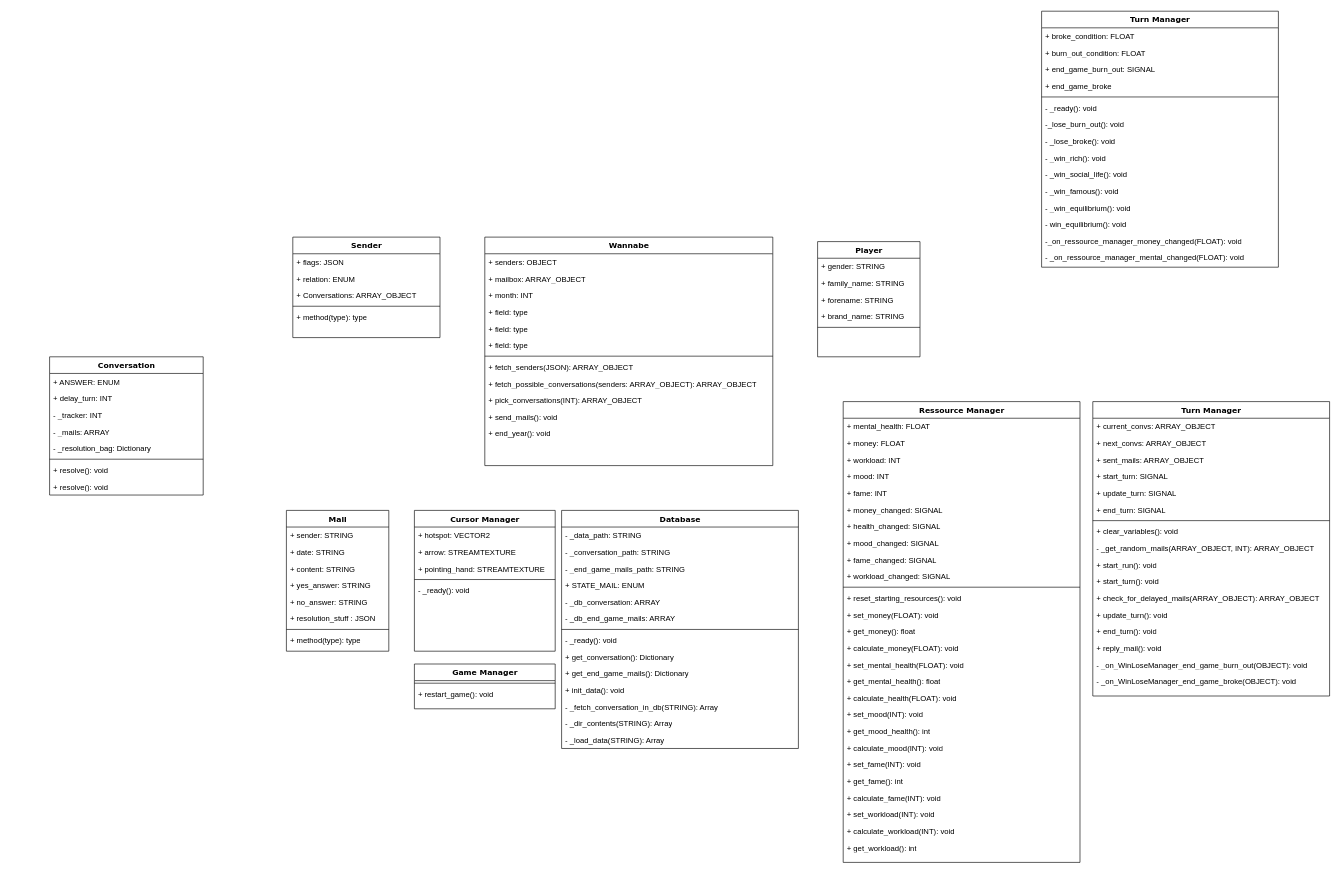
Before: YesMan/Diagramme sans nom.drawio in Daydreel/YesHuman, a draw.io diagram. Source tidied: cells renumbered, new cells numbered last; positions are measured from the earlier drawing's top-left corner, leaving out a move shared by most shapes. Both pictures are drawn from the tidied source at 64%, with x=0, y=0 at pixel (49, 11).
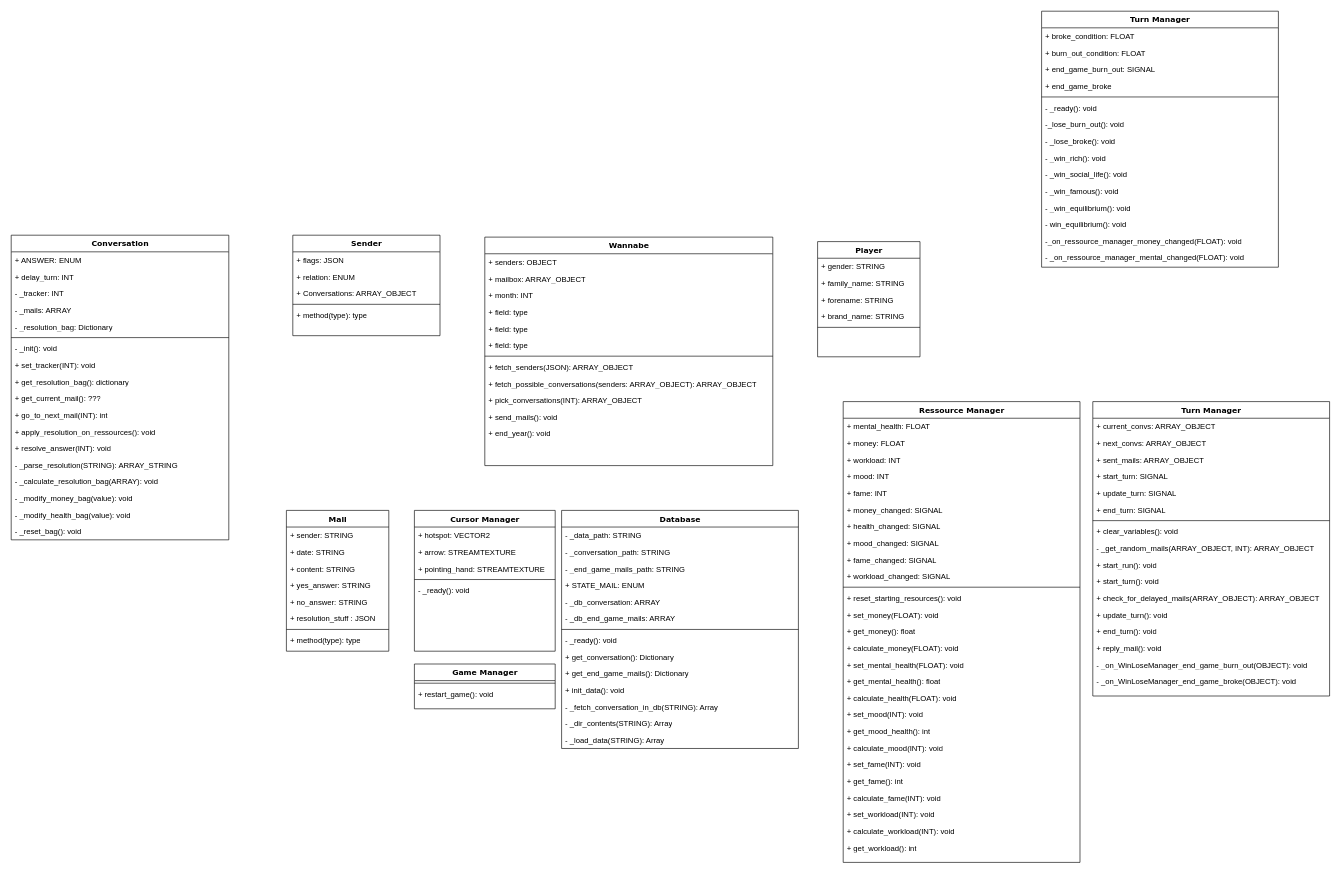
The same diagram, later.

Commit message:
conversation in class UML

Diff of the diagram source:
```diff
@@
     <mxCell id="2" value="Sender" style="swimlane;html=1;fontStyle=1;align=center;verticalAlign=top;horizontal=1;startSize=26;swimlaneFillColor=#ffffff;rounded=0;shadow=0;comic=0;labelBackgroundColor=none;strokeWidth=1;fillColor=none;fontFamily=Verdana;fontSize=12;" parent="1" vertex="1">
-      <mxGeometry x="380" y="353" width="230" height="157" as="geometry" />
+      <mxGeometry x="380" y="350" width="230" height="157" as="geometry" />
     </mxCell>
@@
     <mxCell id="36" value="Conversation" style="swimlane;html=1;fontStyle=1;align=center;verticalAlign=top;horizontal=1;startSize=26;swimlaneFillColor=#ffffff;rounded=0;shadow=0;comic=0;labelBackgroundColor=none;strokeWidth=1;fillColor=none;fontFamily=Verdana;fontSize=12;" parent="1" vertex="1">
-      <mxGeometry y="540" width="240" height="216" as="geometry" />
+      <mxGeometry x="-60" y="350" width="340" height="476" as="geometry" />
     </mxCell>
     <mxCell id="37" value="+ ANSWER: ENUM" style="text;html=1;strokeColor=none;fillColor=none;align=left;verticalAlign=top;spacingLeft=4;spacingRight=4;whiteSpace=wrap;overflow=hidden;" parent="36" vertex="1">
-      <mxGeometry y="26" width="240" height="26" as="geometry" />
+      <mxGeometry y="26" width="340" height="26" as="geometry" />
     </mxCell>
     <mxCell id="38" value="+ delay_turn: INT" style="text;html=1;strokeColor=none;fillColor=none;align=left;verticalAlign=top;spacingLeft=4;spacingRight=4;whiteSpace=wrap;overflow=hidden;" parent="36" vertex="1">
-      <mxGeometry y="52" width="240" height="26" as="geometry" />
+      <mxGeometry y="52" width="340" height="26" as="geometry" />
     </mxCell>
     <mxCell id="39" value="- _tracker: INT" style="text;html=1;strokeColor=none;fillColor=none;align=left;verticalAlign=top;spacingLeft=4;spacingRight=4;whiteSpace=wrap;overflow=hidden;" parent="36" vertex="1">
-      <mxGeometry y="78" width="240" height="26" as="geometry" />
+      <mxGeometry y="78" width="340" height="26" as="geometry" />
     </mxCell>
     <mxCell id="40" value="- _mails: ARRAY" style="text;html=1;strokeColor=none;fillColor=none;align=left;verticalAlign=top;spacingLeft=4;spacingRight=4;whiteSpace=wrap;overflow=hidden;" parent="36" vertex="1">
-      <mxGeometry y="104" width="240" height="26" as="geometry" />
+      <mxGeometry y="104" width="340" height="26" as="geometry" />
     </mxCell>
     <mxCell id="41" value="- _resolution_bag: Dictionary" style="text;html=1;strokeColor=none;fillColor=none;align=left;verticalAlign=top;spacingLeft=4;spacingRight=4;whiteSpace=wrap;overflow=hidden;" parent="36" vertex="1">
-      <mxGeometry y="130" width="240" height="26" as="geometry" />
+      <mxGeometry y="130" width="340" height="26" as="geometry" />
     </mxCell>
     <mxCell id="42" style="line;html=1;strokeWidth=1;fillColor=none;align=left;verticalAlign=middle;spacingTop=-1;spacingLeft=3;spacingRight=3;labelPosition=right;" parent="36" vertex="1">
-      <mxGeometry y="156" width="240" height="8" as="geometry" />
+      <mxGeometry y="156" width="340" height="8" as="geometry" />
     </mxCell>
-    <mxCell id="43" value="+ resolve(): void" style="text;html=1;strokeColor=none;fillColor=none;align=left;verticalAlign=top;spacingLeft=4;spacingRight=4;whiteSpace=wrap;overflow=hidden;" parent="36" vertex="1">
-      <mxGeometry y="164" width="240" height="26" as="geometry" />
+    <mxCell id="43" value="- _init(): void" style="text;html=1;strokeColor=none;fillColor=none;align=left;verticalAlign=top;spacingLeft=4;spacingRight=4;whiteSpace=wrap;overflow=hidden;" parent="36" vertex="1">
+      <mxGeometry y="164" width="340" height="26" as="geometry" />
     </mxCell>
+    <mxCell id="131" value="+ set_tracker(INT): void" style="text;html=1;strokeColor=none;fillColor=none;align=left;verticalAlign=top;spacingLeft=4;spacingRight=4;whiteSpace=wrap;overflow=hidden;" parent="36" vertex="1">
+      <mxGeometry y="190" width="340" height="26" as="geometry" />
+    </mxCell>
+    <mxCell id="132" value="+ get_resolution_bag(): dictionary" style="text;html=1;strokeColor=none;fillColor=none;align=left;verticalAlign=top;spacingLeft=4;spacingRight=4;whiteSpace=wrap;overflow=hidden;" parent="36" vertex="1">
+      <mxGeometry y="216" width="340" height="26" as="geometry" />
+    </mxCell>
+    <mxCell id="133" value="+ get_current_mail(): ???" style="text;html=1;strokeColor=none;fillColor=none;align=left;verticalAlign=top;spacingLeft=4;spacingRight=4;whiteSpace=wrap;overflow=hidden;" parent="36" vertex="1">
+      <mxGeometry y="242" width="340" height="26" as="geometry" />
+    </mxCell>
+    <mxCell id="134" value="+ go_to_next_mail(INT): int" style="text;html=1;strokeColor=none;fillColor=none;align=left;verticalAlign=top;spacingLeft=4;spacingRight=4;whiteSpace=wrap;overflow=hidden;" parent="36" vertex="1">
+      <mxGeometry y="268" width="340" height="26" as="geometry" />
+    </mxCell>
-    <mxCell id="44" value="+ resolve(): void" style="text;html=1;strokeColor=none;fillColor=none;align=left;verticalAlign=top;spacingLeft=4;spacingRight=4;whiteSpace=wrap;overflow=hidden;" parent="36" vertex="1">
-      <mxGeometry y="190" width="240" height="26" as="geometry" />
+    <mxCell id="44" value="+ apply_resolution_on_ressources(): void" style="text;html=1;strokeColor=none;fillColor=none;align=left;verticalAlign=top;spacingLeft=4;spacingRight=4;whiteSpace=wrap;overflow=hidden;" parent="36" vertex="1">
+      <mxGeometry y="294" width="340" height="26" as="geometry" />
     </mxCell>
+    <mxCell id="135" value="+ resolve_answer(INT): void" style="text;html=1;strokeColor=none;fillColor=none;align=left;verticalAlign=top;spacingLeft=4;spacingRight=4;whiteSpace=wrap;overflow=hidden;" parent="36" vertex="1">
+      <mxGeometry y="320" width="340" height="26" as="geometry" />
+    </mxCell>
+    <mxCell id="136" value="- _parse_resolution(STRING): ARRAY_STRING" style="text;html=1;strokeColor=none;fillColor=none;align=left;verticalAlign=top;spacingLeft=4;spacingRight=4;whiteSpace=wrap;overflow=hidden;" parent="36" vertex="1">
+      <mxGeometry y="346" width="340" height="26" as="geometry" />
+    </mxCell>
+    <mxCell id="137" value="- _calculate_resolution_bag(ARRAY): void" style="text;html=1;strokeColor=none;fillColor=none;align=left;verticalAlign=top;spacingLeft=4;spacingRight=4;whiteSpace=wrap;overflow=hidden;" parent="36" vertex="1">
+      <mxGeometry y="372" width="340" height="26" as="geometry" />
+    </mxCell>
+    <mxCell id="138" value="- _modify_money_bag(value): void" style="text;html=1;strokeColor=none;fillColor=none;align=left;verticalAlign=top;spacingLeft=4;spacingRight=4;whiteSpace=wrap;overflow=hidden;" parent="36" vertex="1">
+      <mxGeometry y="398" width="340" height="26" as="geometry" />
+    </mxCell>
+    <mxCell id="139" value="- _modify_health_bag(value): void" style="text;html=1;strokeColor=none;fillColor=none;align=left;verticalAlign=top;spacingLeft=4;spacingRight=4;whiteSpace=wrap;overflow=hidden;" parent="36" vertex="1">
+      <mxGeometry y="424" width="340" height="26" as="geometry" />
+    </mxCell>
+    <mxCell id="140" value="- _reset_bag(): void" style="text;html=1;strokeColor=none;fillColor=none;align=left;verticalAlign=top;spacingLeft=4;spacingRight=4;whiteSpace=wrap;overflow=hidden;" parent="36" vertex="1">
+      <mxGeometry y="450" width="340" height="26" as="geometry" />
+    </mxCell>
```
